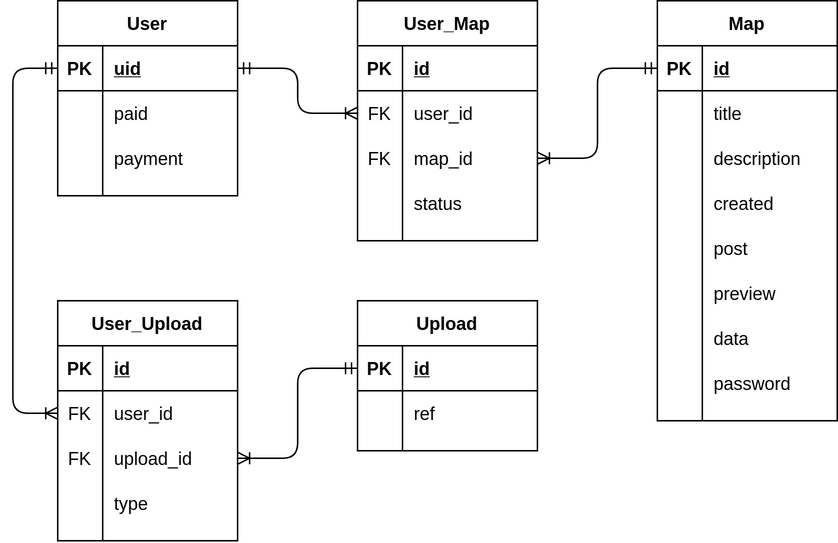
Above: diagrams/db.png in AndreasAtakan/GeoTales (draw.io), before the change. Source tidied: cells renumbered, new cells last; positions are measured from the earlier drawing's top-left corner, leaving out a move shared by most shapes.
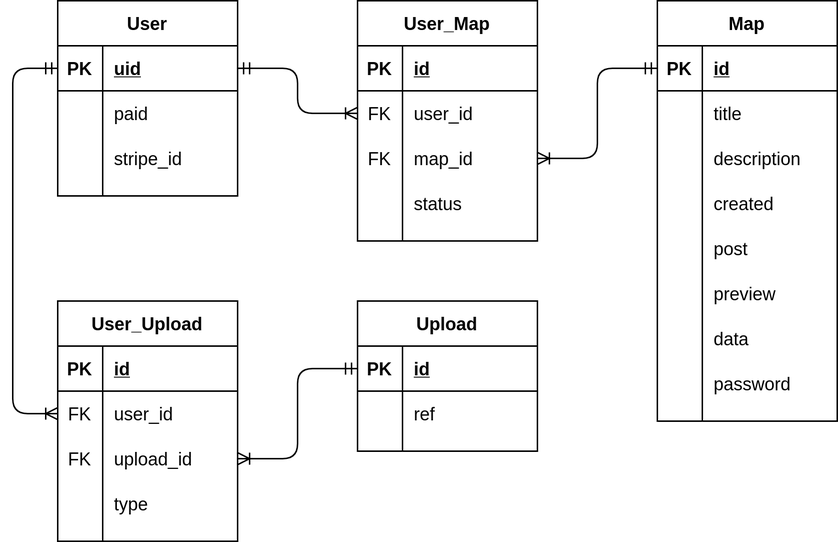
After the commit.

Change to the diagram source:
```diff
@@ -29,7 +29,7 @@
     <mxCell id="10" style="shape=partialRectangle;fillColor=none;top=0;left=0;bottom=0;right=0;overflow=hidden;" parent="9" vertex="1">
       <mxGeometry width="30" height="30" as="geometry" />
     </mxCell>
-    <mxCell id="11" value="payment" style="shape=partialRectangle;fillColor=none;top=0;left=0;bottom=0;right=0;align=left;spacingLeft=6;overflow=hidden;" parent="9" vertex="1">
+    <mxCell id="11" value="stripe_id" style="shape=partialRectangle;fillColor=none;top=0;left=0;bottom=0;right=0;align=left;spacingLeft=6;overflow=hidden;" parent="9" vertex="1">
       <mxGeometry x="30" width="90" height="30" as="geometry" />
     </mxCell>
     <mxCell id="12" value="User_Map" style="shape=table;startSize=30;rowLines=0;fontStyle=1;align=center;" parent="1" vertex="1">
```
